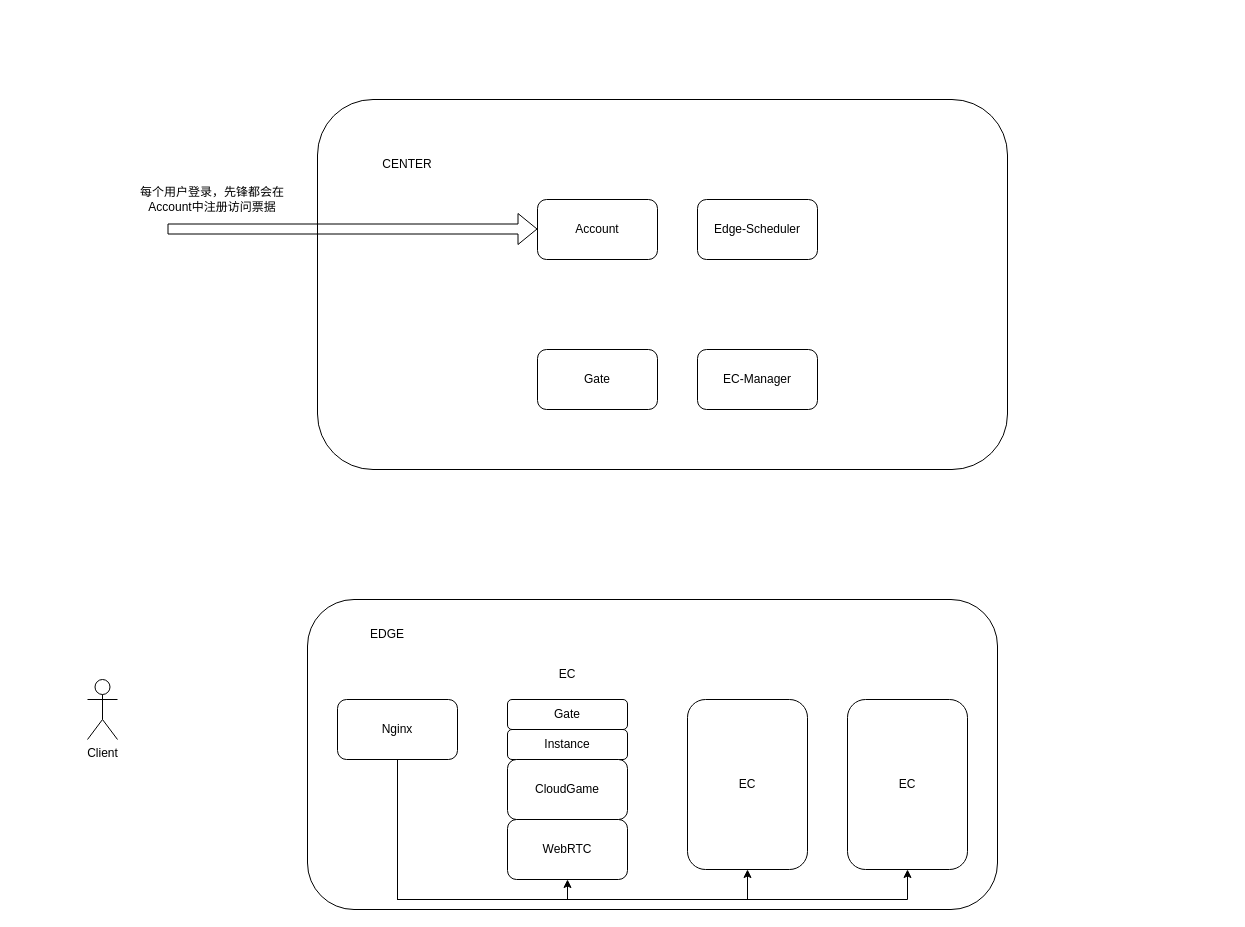
The draw.io diagram 云游戏架构v2.drawio in furick/design, before the edit. Source tidied: cells renumbered, new cells numbered last; positions are measured from the earlier drawing's top-left corner, leaving out a move shared by most shapes. Both pictures are drawn from the tidied source at 100%, with x=0, y=0 at pixel (87, 99).
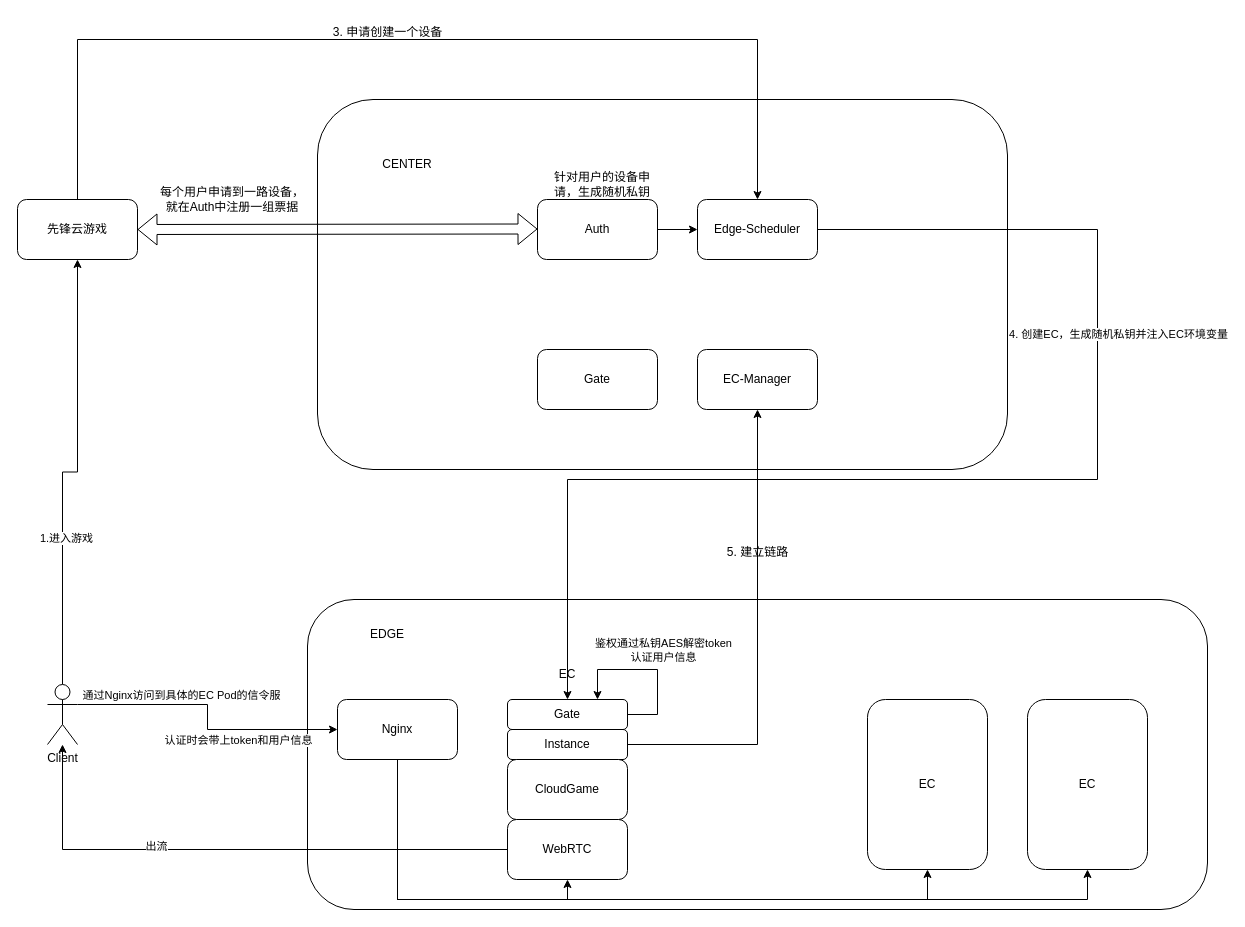
The same diagram, later.

Commit message:
更新云游戏架构v2.drawio

Unchanged cells that the change refers to:
```xml
<mxCell id="5" value="Edge-Scheduler" style="rounded=1;whiteSpace=wrap;html=1;" parent="1" vertex="1">
  <mxGeometry x="610" y="100" width="120" height="60" as="geometry" />
</mxCell>
<mxCell id="6" value="EC-Manager" style="rounded=1;whiteSpace=wrap;html=1;" parent="1" vertex="1">
  <mxGeometry x="610" y="250" width="120" height="60" as="geometry" />
</mxCell>
<mxCell id="9" value="Instance" style="rounded=1;whiteSpace=wrap;html=1;" parent="1" vertex="1">
  <mxGeometry x="420" y="630" width="120" height="30" as="geometry" />
</mxCell>
<mxCell id="11" value="WebRTC" style="rounded=1;whiteSpace=wrap;html=1;" parent="1" vertex="1">
  <mxGeometry x="420" y="720" width="120" height="60" as="geometry" />
</mxCell>
<mxCell id="22" value="Nginx" style="rounded=1;whiteSpace=wrap;html=1;" parent="1" vertex="1">
  <mxGeometry x="250" y="600" width="120" height="60" as="geometry" />
</mxCell>
<mxCell id="23" value="Gate" style="rounded=1;whiteSpace=wrap;html=1;" parent="1" vertex="1">
  <mxGeometry x="420" y="600" width="120" height="30" as="geometry" />
</mxCell>
```

Change to the diagram source:
```diff
@@
     <mxCell id="2" style="rounded=1;whiteSpace=wrap;html=1;" parent="1" vertex="1">
-      <mxGeometry x="220" y="500" width="690" height="310" as="geometry" />
+      <mxGeometry x="220" y="500" width="900" height="310" as="geometry" />
     </mxCell>
@@
+    <mxCell id="24" style="edgeStyle=orthogonalEdgeStyle;rounded=0;jettySize=auto;html=1;exitX=1;exitY=0.5;exitDx=0;exitDy=0;entryX=0;entryY=0.5;entryDx=0;entryDy=0;" parent="1" edge="1" source="4" target="5">
+      <mxGeometry relative="1" as="geometry" />
+    </mxCell>
-    <mxCell id="4" value="Account" style="rounded=1;whiteSpace=wrap;html=1;" parent="1" vertex="1">
+    <mxCell id="4" value="Auth" style="rounded=1;whiteSpace=wrap;html=1;" parent="1" vertex="1">
       <mxGeometry x="450" y="100" width="120" height="60" as="geometry" />
     </mxCell>
+    <mxCell id="25" style="edgeStyle=orthogonalEdgeStyle;rounded=0;jettySize=auto;html=1;exitX=1;exitY=0.5;exitDx=0;exitDy=0;entryX=0.5;entryY=0;entryDx=0;entryDy=0;" parent="1" edge="1" source="5" target="23">
+      <mxGeometry relative="1" as="geometry">
+        <Array as="points">
+          <mxPoint x="1010" y="130" />
+          <mxPoint x="1010" y="380" />
+          <mxPoint x="480" y="380" />
+        </Array>
+      </mxGeometry>
+    </mxCell>
+    <mxCell id="26" value="4. 创建EC，生成随机私钥并注入EC环境变量" style="edgeLabel;html=1;align=center;verticalAlign=middle;" parent="25" vertex="1">
+      <mxGeometry x="-0.4" y="-4" relative="1" as="geometry">
+        <mxPoint x="24" as="offset" />
+      </mxGeometry>
+    </mxCell>
@@
+    <mxCell id="27" style="edgeStyle=orthogonalEdgeStyle;rounded=0;jettySize=auto;html=1;exitX=1;exitY=0.5;exitDx=0;exitDy=0;" parent="1" edge="1" source="9" target="6">
+      <mxGeometry relative="1" as="geometry">
+        <Array as="points">
+          <mxPoint x="670" y="645" />
+        </Array>
+      </mxGeometry>
+    </mxCell>
@@
+    <mxCell id="28" style="edgeStyle=orthogonalEdgeStyle;rounded=0;jettySize=auto;html=1;exitX=0;exitY=0.5;exitDx=0;exitDy=0;" parent="1" edge="1" source="11" target="16">
+      <mxGeometry relative="1" as="geometry" />
+    </mxCell>
+    <mxCell id="29" value="出流" style="edgeLabel;html=1;align=center;verticalAlign=middle;" parent="28" vertex="1">
+      <mxGeometry x="0.28" y="-4" relative="1" as="geometry" />
+    </mxCell>
@@
     <mxCell id="13" value="EC" style="rounded=1;whiteSpace=wrap;html=1;" parent="1" vertex="1">
-      <mxGeometry x="600" y="600" width="120" height="170" as="geometry" />
+      <mxGeometry x="780" y="600" width="120" height="170" as="geometry" />
     </mxCell>
     <mxCell id="14" value="EC" style="rounded=1;whiteSpace=wrap;html=1;" parent="1" vertex="1">
-      <mxGeometry x="760" y="600" width="120" height="170" as="geometry" />
+      <mxGeometry x="940" y="600" width="120" height="170" as="geometry" />
     </mxCell>
@@
+    <mxCell id="30" style="edgeStyle=orthogonalEdgeStyle;rounded=0;jettySize=auto;html=1;exitX=1;exitY=0.3333333333333333;exitDx=0;exitDy=0;exitPerimeter=0;" parent="1" edge="1" source="16" target="22">
+      <mxGeometry relative="1" as="geometry" />
+    </mxCell>
+    <mxCell id="31" value="通过Nginx访问到具体的EC Pod的信令服" style="edgeLabel;html=1;align=center;verticalAlign=middle;labelBackgroundColor=none;fontColor=#000000;" parent="30" vertex="1">
+      <mxGeometry x="-0.27" y="-1" relative="1" as="geometry">
+        <mxPoint x="-1" y="-11" as="offset" />
+      </mxGeometry>
+    </mxCell>
+    <mxCell id="32" value="认证时会带上token和用户信息" style="edgeLabel;html=1;align=center;verticalAlign=middle;" parent="30" vertex="1">
+      <mxGeometry x="0.42" relative="1" as="geometry">
+        <mxPoint x="-17" y="10" as="offset" />
+      </mxGeometry>
+    </mxCell>
+    <mxCell id="33" style="edgeStyle=orthogonalEdgeStyle;rounded=0;jettySize=auto;html=1;exitX=0.5;exitY=0;exitDx=0;exitDy=0;exitPerimeter=0;entryX=0.5;entryY=1;entryDx=0;entryDy=0;" parent="1" edge="1" source="16" target="38">
+      <mxGeometry relative="1" as="geometry" />
+    </mxCell>
+    <mxCell id="34" value="1.进入游戏" style="edgeLabel;html=1;align=center;verticalAlign=middle;" parent="33" vertex="1">
+      <mxGeometry x="-0.33" y="-3" relative="1" as="geometry" />
+    </mxCell>
     <mxCell id="16" value="Client" style="shape=umlActor;verticalLabelPosition=bottom;verticalAlign=top;html=1;outlineConnect=0;" parent="1" vertex="1">
-      <mxGeometry y="580" width="30" height="60" as="geometry" />
+      <mxGeometry x="-40" y="585" width="30" height="60" as="geometry" />
     </mxCell>
-    <mxCell id="17" style="shape=flexArrow;endArrow=classic;html=1;rounded=0;" parent="1" edge="1">
+    <mxCell id="17" style="shape=flexArrow;endArrow=classic;html=1;rounded=0;exitX=1;exitY=0.5;exitDx=0;exitDy=0;startArrow=block;" parent="1" edge="1" source="38">
       <mxGeometry relative="1" as="geometry">
-        <mxPoint x="80" y="129.5" as="sourcePoint" />
         <mxPoint x="450" y="129.5" as="targetPoint" />
       </mxGeometry>
     </mxCell>
-    <mxCell id="18" value="每个用户登录，先锋都会在Account中注册访问票据" style="text;html=1;strokeColor=none;fillColor=none;align=center;verticalAlign=middle;whiteSpace=wrap;rounded=0;" parent="1" vertex="1">
-      <mxGeometry x="50" y="80" width="150" height="40" as="geometry" />
+    <mxCell id="18" value="每个用户申请到一路设备，就在Auth中注册一组票据" style="text;html=1;strokeColor=none;fillColor=none;align=center;verticalAlign=middle;whiteSpace=wrap;rounded=0;" parent="1" vertex="1">
+      <mxGeometry x="70" y="80" width="150" height="40" as="geometry" />
     </mxCell>
     <mxCell id="19" style="edgeStyle=orthogonalEdgeStyle;rounded=0;jettySize=auto;html=1;exitX=0.5;exitY=0;exitDx=0;exitDy=0;entryX=0.5;entryY=1;entryDx=0;entryDy=0;" parent="1" edge="1" source="22" target="13">
       <mxGeometry relative="1" as="geometry">
         <Array as="points">
           <mxPoint x="310" y="800" />
-          <mxPoint x="660" y="800" />
+          <mxPoint x="840" y="800" />
         </Array>
       </mxGeometry>
     </mxCell>
     <mxCell id="20" style="edgeStyle=orthogonalEdgeStyle;rounded=0;jettySize=auto;html=1;exitX=0.5;exitY=1;exitDx=0;exitDy=0;entryX=0.5;entryY=1;entryDx=0;entryDy=0;" parent="1" edge="1" source="22" target="14">
       <mxGeometry relative="1" as="geometry">
         <Array as="points">
           <mxPoint x="310" y="800" />
-          <mxPoint x="820" y="800" />
+          <mxPoint x="1000" y="800" />
         </Array>
       </mxGeometry>
     </mxCell>
@@
+    <mxCell id="35" style="edgeStyle=orthogonalEdgeStyle;rounded=0;orthogonalLoop=1;jettySize=auto;html=1;exitX=1;exitY=0.5;exitDx=0;exitDy=0;entryX=0.75;entryY=0;entryDx=0;entryDy=0;" parent="1" edge="1" source="23" target="23">
+      <mxGeometry relative="1" as="geometry">
+        <Array as="points">
+          <mxPoint x="570" y="615" />
+          <mxPoint x="570" y="570" />
+          <mxPoint x="510" y="570" />
+        </Array>
+      </mxGeometry>
+    </mxCell>
+    <mxCell id="36" value="鉴权通过私钥AES解密token&lt;br&gt;认证用户信息" style="edgeLabel;html=1;align=center;verticalAlign=middle;labelBorderColor=none;labelBackgroundColor=none;" parent="35" vertex="1">
+      <mxGeometry x="-0.33" y="-3" relative="1" as="geometry">
+        <mxPoint x="2" y="-40" as="offset" />
+      </mxGeometry>
+    </mxCell>
+    <mxCell id="37" style="edgeStyle=orthogonalEdgeStyle;rounded=0;jettySize=auto;html=1;exitX=0.5;exitY=0;exitDx=0;exitDy=0;entryX=0.5;entryY=0;entryDx=0;entryDy=0;" parent="1" edge="1" source="38" target="5">
+      <mxGeometry relative="1" as="geometry">
+        <Array as="points">
+          <mxPoint x="-10" y="-60" />
+          <mxPoint x="670" y="-60" />
+        </Array>
+      </mxGeometry>
+    </mxCell>
+    <mxCell id="38" value="先锋云游戏" style="rounded=1;whiteSpace=wrap;html=1;" parent="1" vertex="1">
+      <mxGeometry x="-70" y="100" width="120" height="60" as="geometry" />
+    </mxCell>
+    <mxCell id="39" value="针对用户的设备申请，生成随机私钥" style="text;html=1;strokeColor=none;fillColor=none;align=center;verticalAlign=middle;whiteSpace=wrap;rounded=0;" parent="1" vertex="1">
+      <mxGeometry x="460" y="70" width="110" height="30" as="geometry" />
+    </mxCell>
+    <mxCell id="40" value="3. 申请创建一个设备" style="text;html=1;align=center;verticalAlign=middle;strokeColor=none;fillColor=none;" parent="1" vertex="1">
+      <mxGeometry x="235" y="-82" width="130" height="30" as="geometry" />
+    </mxCell>
+    <mxCell id="41" value="5. 建立链路" style="text;html=1;align=center;verticalAlign=middle;strokeColor=none;fillColor=none;" parent="1" vertex="1">
+      <mxGeometry x="630" y="438" width="80" height="30" as="geometry" />
+    </mxCell>
```
